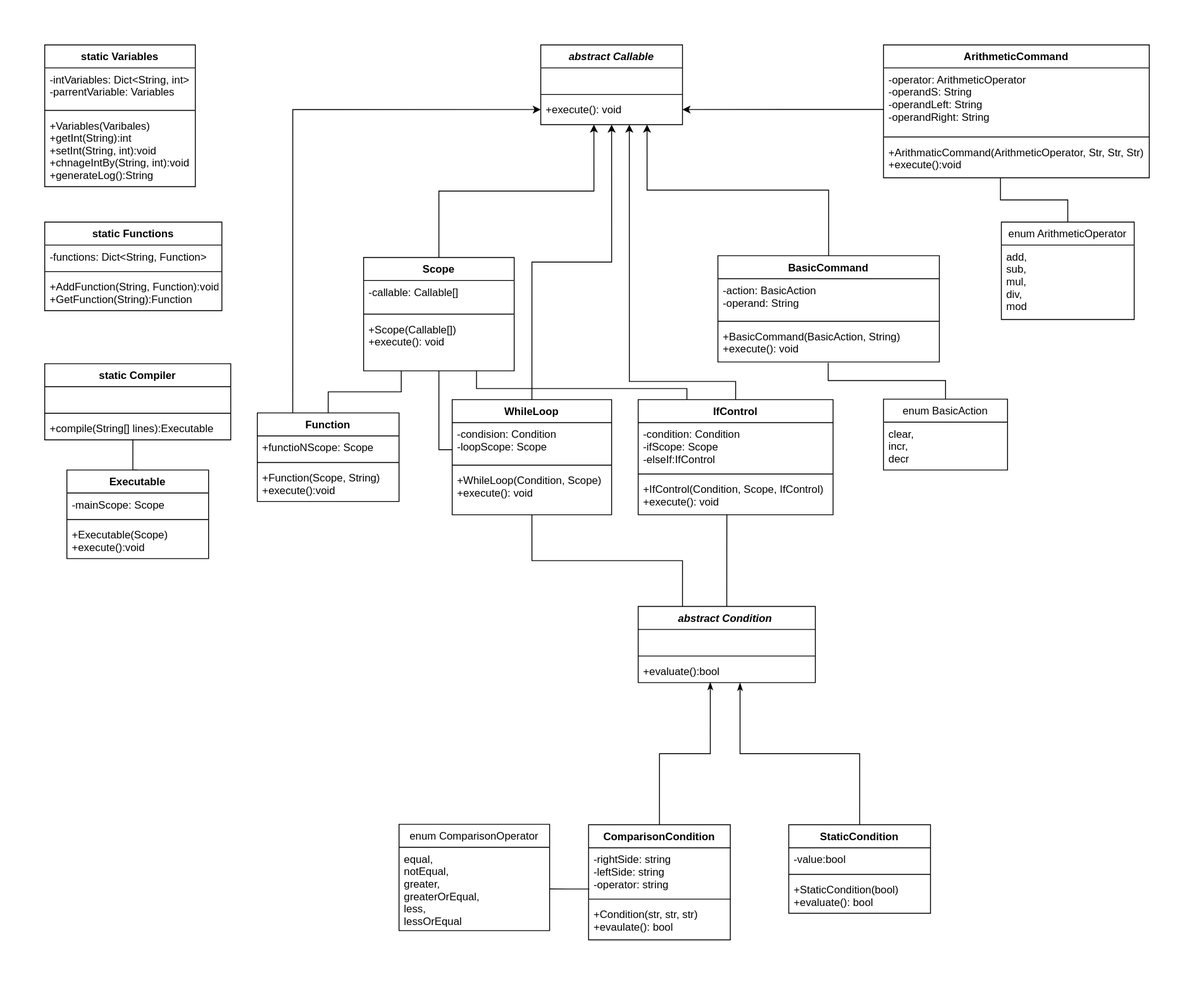
The draw.io diagram BoneWithFleshInterpreter/documentation/uml.svg in mnokno/SpaceCadets, before a commit. Source tidied: cells renumbered, new cells last; positions are measured from the earlier drawing's top-left corner, leaving out a move shared by most shapes.
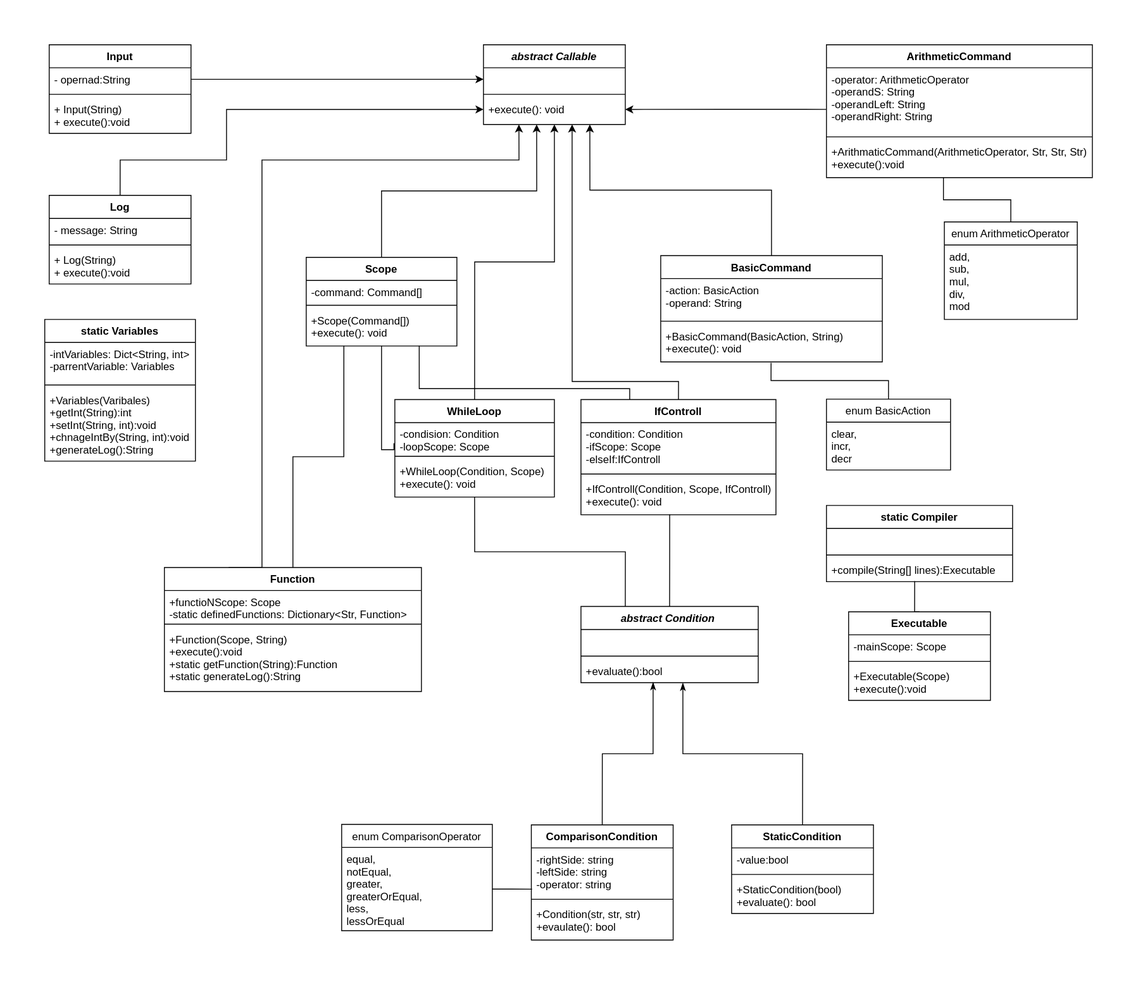
The same diagram one commit later.

Commit message:
Updated uml to show recent changes

What changed in the source:
```diff
@@ -27,16 +27,16 @@
       <mxGeometry relative="1" as="geometry" />
     </mxCell>
     <mxCell id="6" value="Scope" style="swimlane;fontStyle=1;align=center;verticalAlign=top;horizontal=1;startSize=26;rounded=0;shadow=0;strokeWidth=1;" parent="1" vertex="1">
-      <mxGeometry x="360" y="240" width="170" height="128" as="geometry" />
+      <mxGeometry x="360" y="240" width="170" height="100" as="geometry" />
     </mxCell>
     <mxCell id="7" value="-command: Command[]" style="text;align=left;verticalAlign=top;spacingLeft=4;spacingRight=4;overflow=hidden;" parent="6" vertex="1">
-      <mxGeometry y="26" width="170" height="34" as="geometry" />
+      <mxGeometry y="26" width="170" height="24" as="geometry" />
     </mxCell>
     <mxCell id="8" style="line;html=1;strokeWidth=1;align=left;verticalAlign=middle;spacingTop=-1;spacingLeft=3;spacingRight=3;labelPosition=right;" parent="6" vertex="1">
-      <mxGeometry y="60" width="170" height="8" as="geometry" />
+      <mxGeometry y="50" width="170" height="8" as="geometry" />
     </mxCell>
     <mxCell id="9" value="+Scope(Command[])&#10;+execute(): void" style="text;align=left;verticalAlign=top;spacingLeft=4;spacingRight=4;overflow=hidden;fontStyle=0;" parent="6" vertex="1">
-      <mxGeometry y="68" width="170" height="50" as="geometry" />
+      <mxGeometry y="58" width="170" height="42" as="geometry" />
     </mxCell>
     <mxCell id="10" value="abstract Callable" style="swimlane;fontStyle=3;align=center;verticalAlign=top;horizontal=1;startSize=26;rounded=0;shadow=0;strokeWidth=1;" parent="1" vertex="1">
       <mxGeometry x="560" width="160" height="90" as="geometry" />
@@ -57,19 +57,19 @@
       <mxGeometry relative="1" as="geometry" />
     </mxCell>
     <mxCell id="16" value="WhileLoop" style="swimlane;fontStyle=1;align=center;verticalAlign=top;horizontal=1;startSize=26;rounded=0;shadow=0;strokeWidth=1;" parent="1" vertex="1">
-      <mxGeometry x="460" y="400.5" width="180" height="130" as="geometry" />
+      <mxGeometry x="460" y="400.5" width="180" height="110" as="geometry" />
     </mxCell>
     <mxCell id="17" value="-condision: Condition&#10;-loopScope: Scope" style="text;align=left;verticalAlign=top;spacingLeft=4;spacingRight=4;overflow=hidden;points=[[0,0.5],[1,0.5]];portConstraint=eastwest;" parent="16" vertex="1">
-      <mxGeometry y="26" width="180" height="44" as="geometry" />
+      <mxGeometry y="26" width="180" height="34" as="geometry" />
     </mxCell>
     <mxCell id="18" style="line;html=1;strokeWidth=1;align=left;verticalAlign=middle;spacingTop=-1;spacingLeft=3;spacingRight=3;labelPosition=right;" parent="16" vertex="1">
-      <mxGeometry y="70" width="180" height="8" as="geometry" />
+      <mxGeometry y="60" width="180" height="8" as="geometry" />
     </mxCell>
     <mxCell id="19" value="+WhileLoop(Condition, Scope)&#10;+execute(): void" style="text;align=left;verticalAlign=top;spacingLeft=4;spacingRight=4;overflow=hidden;fontStyle=0;" parent="16" vertex="1">
-      <mxGeometry y="78" width="180" height="42" as="geometry" />
+      <mxGeometry y="68" width="180" height="42" as="geometry" />
     </mxCell>
     <mxCell id="20" value="static Variables" style="swimlane;fontStyle=1;align=center;verticalAlign=top;horizontal=1;startSize=26;" parent="1" vertex="1">
-      <mxGeometry width="170" height="160" as="geometry" />
+      <mxGeometry x="65" y="310" width="170" height="160" as="geometry" />
     </mxCell>
     <mxCell id="21" value="-intVariables: Dict&lt;String, int&gt; &#10;-parrentVariable: Variables" style="text;strokeColor=none;fillColor=none;align=left;verticalAlign=top;spacingLeft=4;spacingRight=4;overflow=hidden;" parent="20" vertex="1">
       <mxGeometry y="26" width="170" height="44" as="geometry" />
@@ -81,7 +81,7 @@
       <mxGeometry y="78" width="170" height="82" as="geometry" />
     </mxCell>
     <mxCell id="24" value="static Compiler" style="swimlane;fontStyle=1;align=center;verticalAlign=top;horizontal=1;startSize=26;" parent="1" vertex="1">
-      <mxGeometry y="360" width="210" height="86" as="geometry" />
+      <mxGeometry x="947" y="520" width="210" height="86" as="geometry" />
     </mxCell>
     <mxCell id="25" value="  " style="text;strokeColor=none;fillColor=none;align=left;verticalAlign=top;spacingLeft=4;spacingRight=4;overflow=hidden;" parent="24" vertex="1">
       <mxGeometry y="26" width="210" height="26" as="geometry" />
@@ -96,7 +96,7 @@
       <mxGeometry relative="1" as="geometry" />
     </mxCell>
     <mxCell id="29" value="Executable" style="swimlane;fontStyle=1;align=center;verticalAlign=top;horizontal=1;startSize=26;" parent="1" vertex="1">
-      <mxGeometry x="25" y="480" width="160" height="100" as="geometry" />
+      <mxGeometry x="972" y="640" width="160" height="100" as="geometry" />
     </mxCell>
     <mxCell id="30" value="-mainScope: Scope" style="text;strokeColor=none;fillColor=none;align=left;verticalAlign=top;spacingLeft=4;spacingRight=4;overflow=hidden;" parent="29" vertex="1">
       <mxGeometry y="26" width="160" height="26" as="geometry" />
@@ -206,37 +206,27 @@
     <mxCell id="63" value="+evaluate():bool" style="text;strokeColor=none;fillColor=none;align=left;verticalAlign=top;spacingLeft=4;spacingRight=4;overflow=hidden;points=[[0,0.5],[1,0.5]];portConstraint=eastwest;" parent="60" vertex="1">
       <mxGeometry y="60" width="200" height="26" as="geometry" />
     </mxCell>
-    <mxCell id="64" style="edgeStyle=orthogonalEdgeStyle;rounded=0;jettySize=auto;html=1;exitX=0.25;exitY=0;exitDx=0;exitDy=0;entryX=0;entryY=0.5;entryDx=0;entryDy=0;endArrow=classic;endFill=1;" parent="1" edge="1" source="65" target="13">
+    <mxCell id="64" style="edgeStyle=orthogonalEdgeStyle;rounded=0;jettySize=auto;html=1;exitX=0.25;exitY=0;exitDx=0;exitDy=0;entryX=0.25;entryY=1;entryDx=0;entryDy=0;endArrow=classic;endFill=1;" parent="1" edge="1" source="65" target="10">
       <mxGeometry relative="1" as="geometry">
         <Array as="points">
-          <mxPoint x="280" y="73" />
+          <mxPoint x="310" y="590" />
+          <mxPoint x="310" y="130" />
+          <mxPoint x="600" y="130" />
         </Array>
       </mxGeometry>
     </mxCell>
     <mxCell id="65" value="Function" style="swimlane;fontStyle=1;align=center;verticalAlign=top;horizontal=1;startSize=26;" parent="1" vertex="1">
-      <mxGeometry x="240" y="415.5" width="160" height="100" as="geometry" />
+      <mxGeometry x="200" y="590" width="290" height="140" as="geometry" />
     </mxCell>
-    <mxCell id="66" value="+functioNScope: Scope" style="text;strokeColor=none;fillColor=none;align=left;verticalAlign=top;spacingLeft=4;spacingRight=4;overflow=hidden;" parent="65" vertex="1">
-      <mxGeometry y="26" width="160" height="26" as="geometry" />
+    <mxCell id="66" value="+functioNScope: Scope&#10;-static definedFunctions: Dictionary&lt;Str, Function&gt;" style="text;strokeColor=none;fillColor=none;align=left;verticalAlign=top;spacingLeft=4;spacingRight=4;overflow=hidden;" parent="65" vertex="1">
+      <mxGeometry y="26" width="290" height="34" as="geometry" />
     </mxCell>
     <mxCell id="67" style="line;strokeWidth=1;fillColor=none;align=left;verticalAlign=middle;spacingTop=-1;spacingLeft=3;spacingRight=3;labelPosition=right;strokeColor=inherit;" parent="65" vertex="1">
-      <mxGeometry y="52" width="160" height="8" as="geometry" />
+      <mxGeometry y="60" width="290" height="8" as="geometry" />
     </mxCell>
-    <mxCell id="68" value="+Function(Scope, String)&#10;+execute():void" style="text;strokeColor=none;fillColor=none;align=left;verticalAlign=top;spacingLeft=4;spacingRight=4;overflow=hidden;" parent="65" vertex="1">
-      <mxGeometry y="60" width="160" height="40" as="geometry" />
+    <mxCell id="68" value="+Function(Scope, String)&#10;+execute():void&#10;+static getFunction(String):Function&#10;+static generateLog():String" style="text;strokeColor=none;fillColor=none;align=left;verticalAlign=top;spacingLeft=4;spacingRight=4;overflow=hidden;" parent="65" vertex="1">
+      <mxGeometry y="68" width="290" height="72" as="geometry" />
     </mxCell>
-    <mxCell id="69" value="static Functions" style="swimlane;fontStyle=1;align=center;verticalAlign=top;horizontal=1;startSize=26;" parent="1" vertex="1">
-      <mxGeometry y="200" width="200" height="100" as="geometry" />
-    </mxCell>
-    <mxCell id="70" value="-functions: Dict&lt;String, Function&gt;" style="text;strokeColor=none;fillColor=none;align=left;verticalAlign=top;spacingLeft=4;spacingRight=4;overflow=hidden;" parent="69" vertex="1">
-      <mxGeometry y="26" width="200" height="26" as="geometry" />
-    </mxCell>
-    <mxCell id="71" style="line;strokeWidth=1;fillColor=none;align=left;verticalAlign=middle;spacingTop=-1;spacingLeft=3;spacingRight=3;labelPosition=right;strokeColor=inherit;" parent="69" vertex="1">
-      <mxGeometry y="52" width="200" height="8" as="geometry" />
-    </mxCell>
-    <mxCell id="72" value="+AddFunction(String, Function):void&#10;+GetFunction(String):Function" style="text;strokeColor=none;fillColor=none;align=left;verticalAlign=top;spacingLeft=4;spacingRight=4;overflow=hidden;" parent="69" vertex="1">
-      <mxGeometry y="60" width="200" height="40" as="geometry" />
-    </mxCell>
     <mxCell id="73" style="edgeStyle=orthogonalEdgeStyle;rounded=0;jettySize=auto;html=1;exitX=0.5;exitY=0;exitDx=0;exitDy=0;entryX=0.44;entryY=1.005;entryDx=0;entryDy=0;entryPerimeter=0;endArrow=none;endFill=0;" parent="1" edge="1" source="74" target="79">
       <mxGeometry relative="1" as="geometry" />
     </mxCell>
@@ -261,5 +251,41 @@
     <mxCell id="80" style="edgeStyle=orthogonalEdgeStyle;rounded=0;jettySize=auto;html=1;exitX=-0.001;exitY=0.634;exitDx=0;exitDy=0;entryX=1;entryY=0.5;entryDx=0;entryDy=0;exitPerimeter=0;" parent="1" edge="1" source="77" target="13">
       <mxGeometry relative="1" as="geometry" />
     </mxCell>
+    <mxCell id="81" style="edgeStyle=orthogonalEdgeStyle;rounded=0;jettySize=auto;html=1;exitX=0.5;exitY=0;exitDx=0;exitDy=0;entryX=0;entryY=0.5;entryDx=0;entryDy=0;" parent="1" edge="1" source="82" target="13">
+      <mxGeometry relative="1" as="geometry">
+        <Array as="points">
+          <mxPoint x="150" y="130" />
+          <mxPoint x="270" y="130" />
+          <mxPoint x="270" y="73" />
+        </Array>
+      </mxGeometry>
+    </mxCell>
+    <mxCell id="82" value="Log" style="swimlane;fontStyle=1;align=center;verticalAlign=top;horizontal=1;startSize=26;" parent="1" vertex="1">
+      <mxGeometry x="70" y="170" width="160" height="100" as="geometry" />
+    </mxCell>
+    <mxCell id="83" value="- message: String" style="text;strokeColor=none;fillColor=none;align=left;verticalAlign=top;spacingLeft=4;spacingRight=4;overflow=hidden;" parent="82" vertex="1">
+      <mxGeometry y="26" width="160" height="26" as="geometry" />
+    </mxCell>
+    <mxCell id="84" style="line;strokeWidth=1;fillColor=none;align=left;verticalAlign=middle;spacingTop=-1;spacingLeft=3;spacingRight=3;labelPosition=right;strokeColor=inherit;" parent="82" vertex="1">
+      <mxGeometry y="52" width="160" height="8" as="geometry" />
+    </mxCell>
+    <mxCell id="85" value="+ Log(String)&#10;+ execute():void" style="text;strokeColor=none;fillColor=none;align=left;verticalAlign=top;spacingLeft=4;spacingRight=4;overflow=hidden;" parent="82" vertex="1">
+      <mxGeometry y="60" width="160" height="40" as="geometry" />
+    </mxCell>
+    <mxCell id="86" value="Input" style="swimlane;fontStyle=1;align=center;verticalAlign=top;horizontal=1;startSize=26;" parent="1" vertex="1">
+      <mxGeometry x="70" width="160" height="100" as="geometry" />
+    </mxCell>
+    <mxCell id="87" value="- opernad:String" style="text;strokeColor=none;fillColor=none;align=left;verticalAlign=top;spacingLeft=4;spacingRight=4;overflow=hidden;points=[[0,0.5],[1,0.5]];portConstraint=eastwest;" parent="86" vertex="1">
+      <mxGeometry y="26" width="160" height="26" as="geometry" />
+    </mxCell>
+    <mxCell id="88" style="line;strokeWidth=1;fillColor=none;align=left;verticalAlign=middle;spacingTop=-1;spacingLeft=3;spacingRight=3;labelPosition=right;strokeColor=inherit;" parent="86" vertex="1">
+      <mxGeometry y="52" width="160" height="8" as="geometry" />
+    </mxCell>
+    <mxCell id="89" value="+ Input(String)&#10;+ execute():void" style="text;strokeColor=none;fillColor=none;align=left;verticalAlign=top;spacingLeft=4;spacingRight=4;overflow=hidden;" parent="86" vertex="1">
+      <mxGeometry y="60" width="160" height="40" as="geometry" />
+    </mxCell>
+    <mxCell id="90" style="edgeStyle=orthogonalEdgeStyle;rounded=0;jettySize=auto;html=1;exitX=1;exitY=0.5;exitDx=0;exitDy=0;" parent="1" edge="1" source="87" target="11">
+      <mxGeometry relative="1" as="geometry" />
+    </mxCell>
   </root>
 </mxGraphModel>
```
